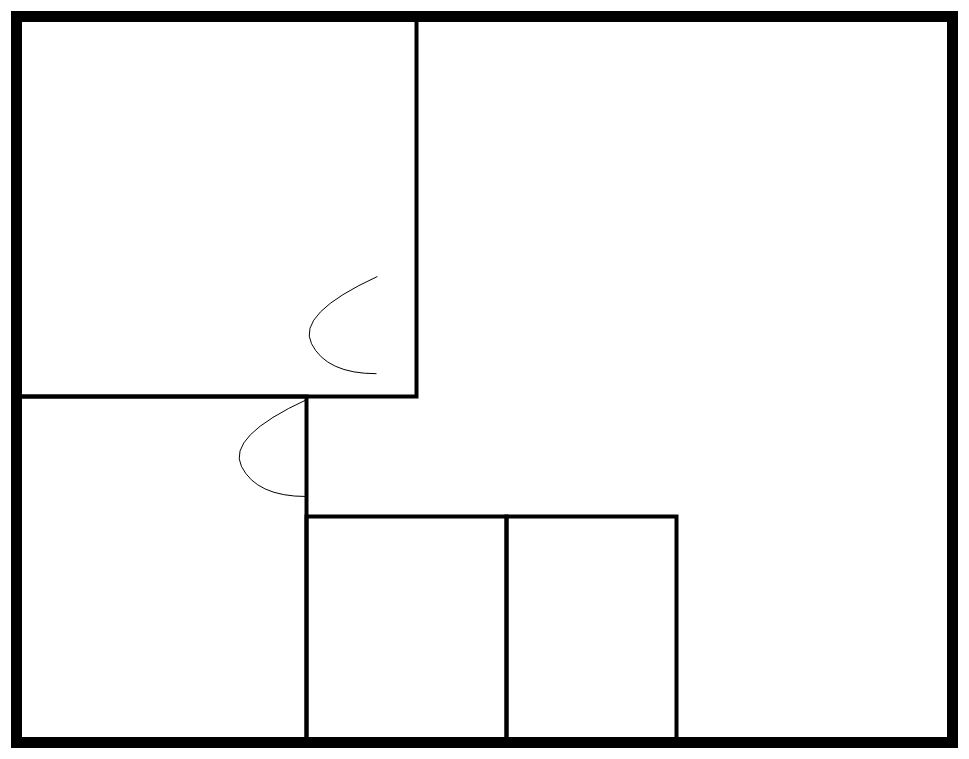
WelfareUnit/rysunki keeps this draw.io diagram as budynek.drawio. Above is the earlier version. Source tidied: cells renumbered, new cells numbered last; positions are measured from the earlier drawing's top-left corner, leaving out a move shared by most shapes. Both pictures are drawn from the tidied source at 100%, with x=0, y=0 at pixel (16, 16).
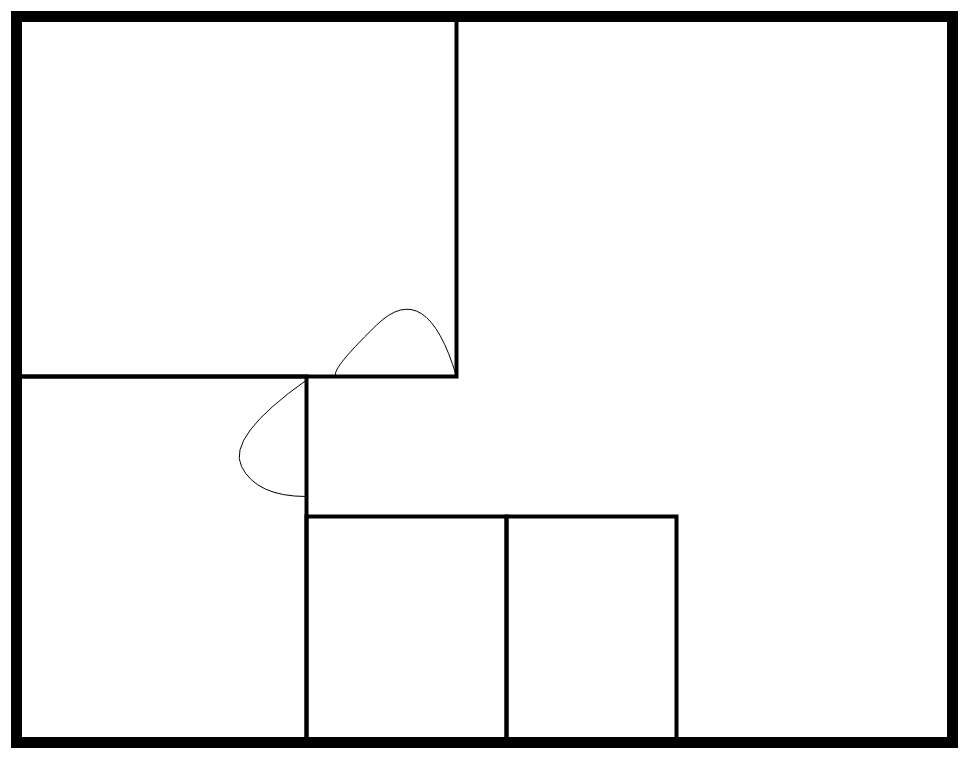
The same diagram, later.

Diff of the diagram source:
```diff
@@
 <mxGraphModel>
   <root>
     <mxCell id="0" />
     <mxCell id="1" parent="0" />
     <mxCell id="2" style="rounded=0;whiteSpace=wrap;html=1;strokeWidth=11;glass=0;fillColor=none;" parent="1" vertex="1">
       <mxGeometry width="936" height="726" as="geometry" />
     </mxCell>
     <mxCell id="3" style="rounded=0;whiteSpace=wrap;html=1;glass=0;sketch=0;strokeWidth=4;fillColor=none;" parent="1" vertex="1">
-      <mxGeometry width="400" height="380" as="geometry" />
+      <mxGeometry width="440" height="360" as="geometry" />
     </mxCell>
     <mxCell id="4" style="rounded=0;whiteSpace=wrap;html=1;glass=0;sketch=0;strokeWidth=4;fillColor=none;" parent="1" vertex="1">
-      <mxGeometry y="380" width="290" height="346" as="geometry" />
+      <mxGeometry y="360" width="290" height="366" as="geometry" />
     </mxCell>
     <mxCell id="5" style="rounded=0;whiteSpace=wrap;html=1;glass=0;sketch=0;strokeWidth=4;fillColor=none;" parent="1" vertex="1">
       <mxGeometry x="290" y="500" width="200" height="226" as="geometry" />
     </mxCell>
     <mxCell id="6" style="rounded=0;whiteSpace=wrap;html=1;glass=0;sketch=0;strokeWidth=4;fillColor=none;" parent="1" vertex="1">
       <mxGeometry x="490" y="500" width="170" height="226" as="geometry" />
     </mxCell>
     <mxCell id="7" style="curved=1;endArrow=none;html=1;rounded=1;sketch=0;endFill=0;entryX=1.003;entryY=0.008;entryDx=0;entryDy=0;entryPerimeter=0;" parent="1" edge="1" target="4">
       <mxGeometry relative="1" as="geometry">
         <mxPoint x="290" y="480" as="sourcePoint" />
         <Array as="points">
           <mxPoint x="240" y="480" />
           <mxPoint x="210" y="420" />
         </Array>
       </mxGeometry>
     </mxCell>
-    <mxCell id="8" style="curved=1;endArrow=none;html=1;rounded=1;sketch=0;endFill=0;entryX=1.003;entryY=0.008;entryDx=0;entryDy=0;entryPerimeter=0;" parent="1" edge="1">
+    <mxCell id="8" style="curved=1;endArrow=none;html=1;rounded=1;sketch=0;endFill=0;entryX=0.729;entryY=1;entryDx=0;entryDy=0;exitX=1;exitY=1;exitDx=0;exitDy=0;entryPerimeter=0;" parent="1" edge="1" source="3" target="3">
       <mxGeometry relative="1" as="geometry">
-        <mxPoint x="360" y="357.2" as="sourcePoint" />
-        <mxPoint x="360.9" y="260" as="targetPoint" />
         <Array as="points">
+          <mxPoint x="410" y="260" />
           <mxPoint x="310" y="357.2" />
-          <mxPoint x="280" y="297.2" />
         </Array>
       </mxGeometry>
     </mxCell>
   </root>
 </mxGraphModel>
```
